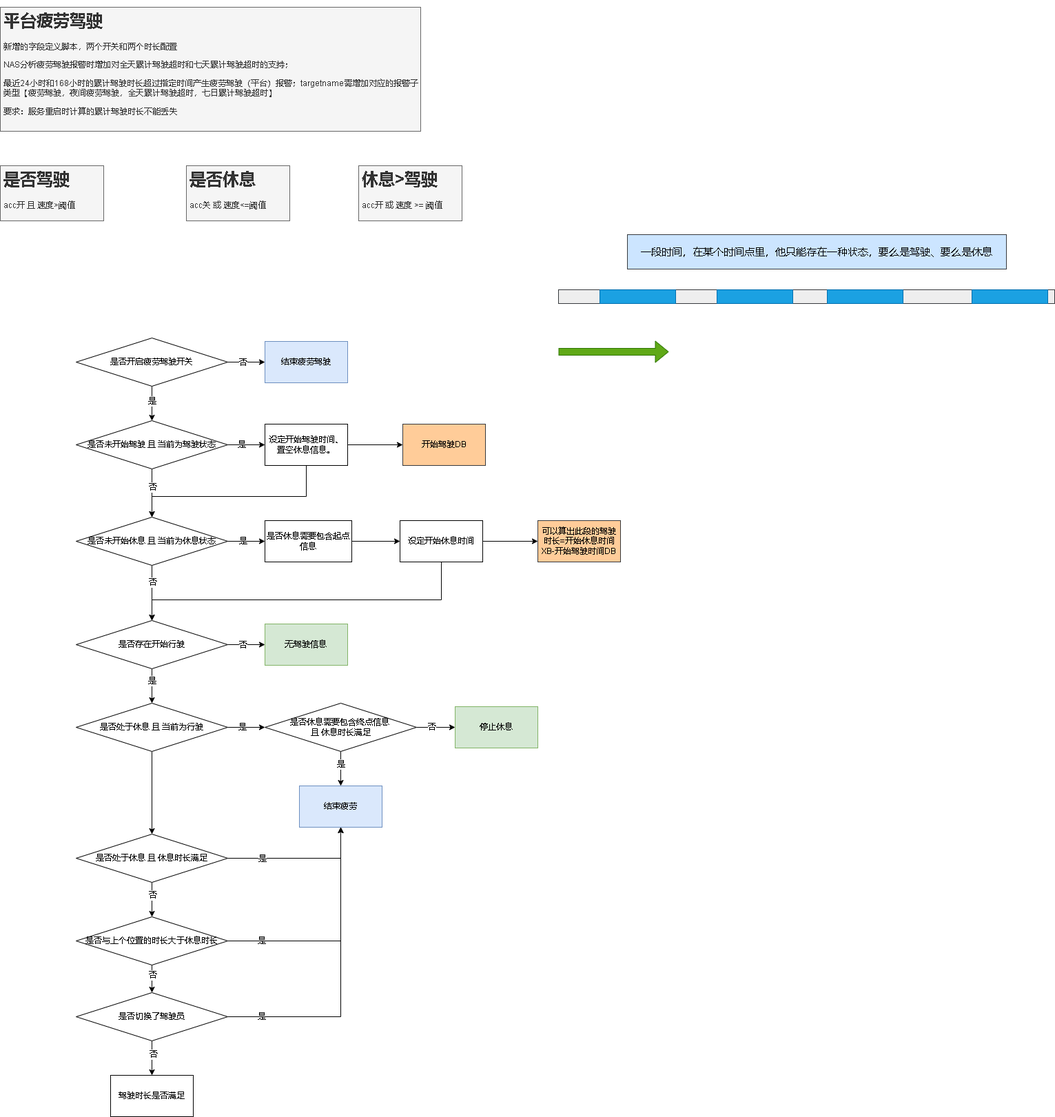
Above: 平台疲劳驾驶.drawio.png in xktder/draw (draw.io), before the change. Source tidied: cells renumbered, new cells last; positions are measured from the earlier drawing's top-left corner, leaving out a move shared by most shapes. Its diagram source:
```xml
<mxGraphModel>
  <root>
    <mxCell id="0" />
    <mxCell id="1" parent="0" />
    <mxCell id="2" value="&lt;h1&gt;平台疲劳驾驶&lt;/h1&gt;&lt;p&gt;新增的字段定义脚本，两个开关和两个时长配置&lt;/p&gt;&lt;p&gt;NAS分析疲劳驾驶报警时增加对全天累计驾驶超时和七天累计驾驶超时的支持；&lt;/p&gt;&lt;p&gt;最近24小时和168小时的累计驾驶时长超过指定时间产生疲劳驾驶（平台）报警；targetname需增加对应的报警子类型【疲劳驾驶，夜间疲劳驾驶，全天累计驾驶超时，七日累计驾驶超时】&lt;/p&gt;&lt;p&gt;要求：服务重启时计算的累计驾驶时长不能丢失&lt;/p&gt;" style="text;html=1;strokeColor=#666666;fillColor=#f5f5f5;spacing=5;spacingTop=-20;whiteSpace=wrap;overflow=hidden;rounded=0;fontColor=#333333;" parent="1" vertex="1">
      <mxGeometry width="610" height="180" as="geometry" />
    </mxCell>
    <mxCell id="3" value="&lt;h1&gt;是否驾驶&lt;/h1&gt;&lt;div&gt;acc开 且 速度&amp;gt;阈值&lt;/div&gt;" style="text;html=1;spacing=5;spacingTop=-20;whiteSpace=wrap;overflow=hidden;rounded=0;fillColor=#f5f5f5;fontColor=#333333;strokeColor=#666666;" parent="1" vertex="1">
      <mxGeometry y="230" width="150" height="80" as="geometry" />
    </mxCell>
    <mxCell id="4" value="&lt;h1&gt;是否休息&lt;/h1&gt;&lt;div&gt;acc关 或 速度&amp;lt;=阈值&lt;/div&gt;" style="text;html=1;spacing=5;spacingTop=-20;whiteSpace=wrap;overflow=hidden;rounded=0;fillColor=#f5f5f5;fontColor=#333333;strokeColor=#666666;" parent="1" vertex="1">
      <mxGeometry x="270" y="230" width="150" height="80" as="geometry" />
    </mxCell>
    <mxCell id="5" value="&lt;h1&gt;休息&amp;gt;驾驶&lt;/h1&gt;&lt;div&gt;acc开 或 速度 &amp;gt;= 阈值&lt;/div&gt;" style="text;html=1;spacing=5;spacingTop=-20;whiteSpace=wrap;overflow=hidden;rounded=0;fillColor=#f5f5f5;fontColor=#333333;strokeColor=#666666;" parent="1" vertex="1">
      <mxGeometry x="520" y="230" width="150" height="80" as="geometry" />
    </mxCell>
    <mxCell id="6" style="edgeStyle=orthogonalEdgeStyle;rounded=0;jettySize=auto;html=1;" parent="1" edge="1" source="10" target="11">
      <mxGeometry relative="1" as="geometry" />
    </mxCell>
    <mxCell id="7" value="否" style="edgeLabel;html=1;align=center;verticalAlign=middle;" parent="6" vertex="1">
      <mxGeometry x="-0.22" relative="1" as="geometry" />
    </mxCell>
    <mxCell id="8" style="edgeStyle=orthogonalEdgeStyle;rounded=0;jettySize=auto;html=1;" parent="1" edge="1" source="10" target="16">
      <mxGeometry relative="1" as="geometry" />
    </mxCell>
    <mxCell id="9" value="是" style="edgeLabel;html=1;align=center;verticalAlign=middle;" parent="8" vertex="1">
      <mxGeometry x="-0.16" y="-1" relative="1" as="geometry" />
    </mxCell>
    <mxCell id="10" value="是否开启疲劳驾驶开关" style="rhombus;whiteSpace=wrap;html=1;" parent="1" vertex="1">
      <mxGeometry x="110" y="480" width="220" height="70" as="geometry" />
    </mxCell>
    <mxCell id="11" value="结束疲劳驾驶" style="whiteSpace=wrap;html=1;fillColor=#dae8fc;strokeColor=#6c8ebf;" parent="1" vertex="1">
      <mxGeometry x="384" y="485" width="120" height="60" as="geometry" />
    </mxCell>
    <mxCell id="12" style="edgeStyle=orthogonalEdgeStyle;rounded=0;jettySize=auto;html=1;" parent="1" edge="1" source="16" target="19">
      <mxGeometry relative="1" as="geometry" />
    </mxCell>
    <mxCell id="13" value="是" style="edgeLabel;html=1;align=center;verticalAlign=middle;" parent="12" vertex="1">
      <mxGeometry x="-0.29" y="1" relative="1" as="geometry" />
    </mxCell>
    <mxCell id="14" style="edgeStyle=orthogonalEdgeStyle;rounded=0;jettySize=auto;html=1;" parent="1" edge="1" source="16" target="24">
      <mxGeometry relative="1" as="geometry" />
    </mxCell>
    <mxCell id="15" value="否" style="edgeLabel;html=1;align=center;verticalAlign=middle;" parent="14" vertex="1">
      <mxGeometry x="-0.26" y="1" relative="1" as="geometry">
        <mxPoint x="-1" as="offset" />
      </mxGeometry>
    </mxCell>
    <mxCell id="16" value="是否未开始驾驶 且 当前为驾驶状态" style="rhombus;whiteSpace=wrap;html=1;" parent="1" vertex="1">
      <mxGeometry x="110" y="600" width="220" height="70" as="geometry" />
    </mxCell>
    <mxCell id="17" style="edgeStyle=orthogonalEdgeStyle;rounded=0;jettySize=auto;html=1;entryX=0.5;entryY=0;entryDx=0;entryDy=0;" parent="1" edge="1" source="19" target="24">
      <mxGeometry relative="1" as="geometry">
        <Array as="points">
          <mxPoint x="444" y="710" />
          <mxPoint x="220" y="710" />
        </Array>
      </mxGeometry>
    </mxCell>
    <mxCell id="18" style="edgeStyle=orthogonalEdgeStyle;rounded=0;jettySize=auto;html=1;fontSize=15;" parent="1" edge="1" source="19" target="71">
      <mxGeometry relative="1" as="geometry" />
    </mxCell>
    <mxCell id="19" value="设定开始驾驶时间、&lt;br&gt;置空休息信息。" style="whiteSpace=wrap;html=1;" parent="1" vertex="1">
      <mxGeometry x="384" y="605" width="120" height="60" as="geometry" />
    </mxCell>
    <mxCell id="20" style="edgeStyle=orthogonalEdgeStyle;rounded=0;jettySize=auto;html=1;entryX=0;entryY=0.5;entryDx=0;entryDy=0;" parent="1" edge="1" source="24" target="26">
      <mxGeometry relative="1" as="geometry" />
    </mxCell>
    <mxCell id="21" value="是" style="edgeLabel;html=1;align=center;verticalAlign=middle;" parent="20" vertex="1">
      <mxGeometry x="-0.24" y="1" relative="1" as="geometry" />
    </mxCell>
    <mxCell id="22" style="edgeStyle=orthogonalEdgeStyle;rounded=0;jettySize=auto;html=1;" parent="1" edge="1" source="24" target="34">
      <mxGeometry relative="1" as="geometry" />
    </mxCell>
    <mxCell id="23" value="否" style="edgeLabel;html=1;align=center;verticalAlign=middle;" parent="22" vertex="1">
      <mxGeometry x="-0.39" relative="1" as="geometry" />
    </mxCell>
    <mxCell id="24" value="是否未开始休息 且 当前为休息状态" style="rhombus;whiteSpace=wrap;html=1;" parent="1" vertex="1">
      <mxGeometry x="110" y="740" width="220" height="70" as="geometry" />
    </mxCell>
    <mxCell id="25" style="edgeStyle=orthogonalEdgeStyle;rounded=0;jettySize=auto;html=1;" parent="1" edge="1" source="26" target="29">
      <mxGeometry relative="1" as="geometry" />
    </mxCell>
    <mxCell id="26" value="是否休息需要包含起点信息" style="rounded=0;whiteSpace=wrap;html=1;fontFamily=Helvetica;fontSize=12;fontColor=default;align=center;strokeColor=default;fillColor=default;" parent="1" vertex="1">
      <mxGeometry x="384" y="745" width="126" height="60" as="geometry" />
    </mxCell>
    <mxCell id="27" style="edgeStyle=orthogonalEdgeStyle;rounded=0;jettySize=auto;html=1;entryX=0.5;entryY=0;entryDx=0;entryDy=0;" parent="1" edge="1" source="29" target="34">
      <mxGeometry relative="1" as="geometry">
        <Array as="points">
          <mxPoint x="640" y="860" />
          <mxPoint x="220" y="860" />
        </Array>
      </mxGeometry>
    </mxCell>
    <mxCell id="28" style="edgeStyle=orthogonalEdgeStyle;rounded=0;jettySize=auto;html=1;" parent="1" edge="1" source="29" target="63">
      <mxGeometry relative="1" as="geometry" />
    </mxCell>
    <mxCell id="29" value="设定开始休息时间" style="whiteSpace=wrap;html=1;" parent="1" vertex="1">
      <mxGeometry x="580" y="745" width="120" height="60" as="geometry" />
    </mxCell>
    <mxCell id="30" style="edgeStyle=orthogonalEdgeStyle;rounded=0;jettySize=auto;html=1;" parent="1" edge="1" source="34" target="38">
      <mxGeometry relative="1" as="geometry" />
    </mxCell>
    <mxCell id="31" value="是" style="edgeLabel;html=1;align=center;verticalAlign=middle;" parent="30" vertex="1">
      <mxGeometry x="-0.31" y="-1" relative="1" as="geometry" />
    </mxCell>
    <mxCell id="32" style="edgeStyle=orthogonalEdgeStyle;rounded=0;jettySize=auto;html=1;" parent="1" edge="1" source="34" target="62">
      <mxGeometry relative="1" as="geometry" />
    </mxCell>
    <mxCell id="33" value="否" style="edgeLabel;html=1;align=center;verticalAlign=middle;" parent="32" vertex="1">
      <mxGeometry x="-0.24" y="2" relative="1" as="geometry">
        <mxPoint y="2" as="offset" />
      </mxGeometry>
    </mxCell>
    <mxCell id="34" value="是否存在开始行驶" style="rhombus;whiteSpace=wrap;html=1;" parent="1" vertex="1">
      <mxGeometry x="110" y="890" width="220" height="70" as="geometry" />
    </mxCell>
    <mxCell id="35" style="edgeStyle=orthogonalEdgeStyle;rounded=0;jettySize=auto;html=1;" parent="1" edge="1" source="38" target="43">
      <mxGeometry relative="1" as="geometry" />
    </mxCell>
    <mxCell id="36" value="是" style="edgeLabel;html=1;align=center;verticalAlign=middle;" parent="35" vertex="1">
      <mxGeometry x="-0.27" y="1" relative="1" as="geometry" />
    </mxCell>
    <mxCell id="37" style="edgeStyle=orthogonalEdgeStyle;rounded=0;jettySize=auto;html=1;" parent="1" edge="1" source="38" target="50">
      <mxGeometry relative="1" as="geometry" />
    </mxCell>
    <mxCell id="38" value="是否处于休息 且 当前为行驶" style="rhombus;whiteSpace=wrap;html=1;" parent="1" vertex="1">
      <mxGeometry x="110" y="1010" width="220" height="70" as="geometry" />
    </mxCell>
    <mxCell id="39" style="edgeStyle=orthogonalEdgeStyle;rounded=0;jettySize=auto;html=1;entryX=0.5;entryY=0;entryDx=0;entryDy=0;" parent="1" edge="1" source="43" target="44">
      <mxGeometry relative="1" as="geometry" />
    </mxCell>
    <mxCell id="40" value="是" style="edgeLabel;html=1;align=center;verticalAlign=middle;" parent="39" vertex="1">
      <mxGeometry x="-0.31" y="-1" relative="1" as="geometry">
        <mxPoint y="1" as="offset" />
      </mxGeometry>
    </mxCell>
    <mxCell id="41" style="edgeStyle=orthogonalEdgeStyle;rounded=0;jettySize=auto;html=1;entryX=0;entryY=0.5;entryDx=0;entryDy=0;" parent="1" edge="1" source="43" target="45">
      <mxGeometry relative="1" as="geometry" />
    </mxCell>
    <mxCell id="42" value="否" style="edgeLabel;html=1;align=center;verticalAlign=middle;" parent="41" vertex="1">
      <mxGeometry x="-0.24" y="1" relative="1" as="geometry" />
    </mxCell>
    <mxCell id="43" value="是否休息需要包含终点信息 &lt;br&gt;且 休息时长满足" style="rhombus;whiteSpace=wrap;html=1;" parent="1" vertex="1">
      <mxGeometry x="384" y="1010" width="220" height="70" as="geometry" />
    </mxCell>
    <mxCell id="44" value="结束疲劳" style="whiteSpace=wrap;html=1;fillColor=#dae8fc;strokeColor=#6c8ebf;" parent="1" vertex="1">
      <mxGeometry x="434" y="1130" width="120" height="60" as="geometry" />
    </mxCell>
    <mxCell id="45" value="停止休息" style="whiteSpace=wrap;html=1;fillColor=#d5e8d4;strokeColor=#82b366;" parent="1" vertex="1">
      <mxGeometry x="660" y="1015" width="120" height="60" as="geometry" />
    </mxCell>
    <mxCell id="46" style="edgeStyle=orthogonalEdgeStyle;rounded=0;jettySize=auto;html=1;entryX=0.5;entryY=1;entryDx=0;entryDy=0;" parent="1" edge="1" source="50" target="44">
      <mxGeometry relative="1" as="geometry" />
    </mxCell>
    <mxCell id="47" value="是" style="edgeLabel;html=1;align=center;verticalAlign=middle;" parent="46" vertex="1">
      <mxGeometry x="-0.53" relative="1" as="geometry" />
    </mxCell>
    <mxCell id="48" style="edgeStyle=orthogonalEdgeStyle;rounded=0;jettySize=auto;html=1;" parent="1" edge="1" source="50" target="55">
      <mxGeometry relative="1" as="geometry" />
    </mxCell>
    <mxCell id="49" value="否" style="edgeLabel;html=1;align=center;verticalAlign=middle;" parent="48" vertex="1">
      <mxGeometry x="-0.28" y="2" relative="1" as="geometry">
        <mxPoint x="-2" as="offset" />
      </mxGeometry>
    </mxCell>
    <mxCell id="50" value="是否处于休息 且 休息时长满足" style="rhombus;whiteSpace=wrap;html=1;" parent="1" vertex="1">
      <mxGeometry x="110" y="1200" width="220" height="70" as="geometry" />
    </mxCell>
    <mxCell id="51" style="edgeStyle=orthogonalEdgeStyle;rounded=0;jettySize=auto;html=1;entryX=0.5;entryY=1;entryDx=0;entryDy=0;" parent="1" edge="1" source="55" target="44">
      <mxGeometry relative="1" as="geometry" />
    </mxCell>
    <mxCell id="52" value="是" style="edgeLabel;html=1;align=center;verticalAlign=middle;" parent="51" vertex="1">
      <mxGeometry x="-0.71" y="1" relative="1" as="geometry" />
    </mxCell>
    <mxCell id="53" style="edgeStyle=orthogonalEdgeStyle;rounded=0;jettySize=auto;html=1;" parent="1" edge="1" source="55" target="60">
      <mxGeometry relative="1" as="geometry" />
    </mxCell>
    <mxCell id="54" value="否" style="edgeLabel;html=1;align=center;verticalAlign=middle;" parent="53" vertex="1">
      <mxGeometry x="-0.28" relative="1" as="geometry" />
    </mxCell>
    <mxCell id="55" value="是否与上个位置的时长大于休息时长" style="rhombus;whiteSpace=wrap;html=1;" parent="1" vertex="1">
      <mxGeometry x="110" y="1320" width="220" height="70" as="geometry" />
    </mxCell>
    <mxCell id="56" style="edgeStyle=orthogonalEdgeStyle;rounded=0;jettySize=auto;html=1;entryX=0.5;entryY=1;entryDx=0;entryDy=0;" parent="1" edge="1" source="60" target="44">
      <mxGeometry relative="1" as="geometry" />
    </mxCell>
    <mxCell id="57" value="是" style="edgeLabel;html=1;align=center;verticalAlign=middle;" parent="56" vertex="1">
      <mxGeometry x="-0.78" y="1" relative="1" as="geometry" />
    </mxCell>
    <mxCell id="58" style="edgeStyle=orthogonalEdgeStyle;rounded=0;jettySize=auto;html=1;" parent="1" edge="1" source="60" target="61">
      <mxGeometry relative="1" as="geometry" />
    </mxCell>
    <mxCell id="59" value="否" style="edgeLabel;html=1;align=center;verticalAlign=middle;" parent="58" vertex="1">
      <mxGeometry x="-0.26" y="1" relative="1" as="geometry" />
    </mxCell>
    <mxCell id="60" value="是否切换了驾驶员" style="rhombus;whiteSpace=wrap;html=1;" parent="1" vertex="1">
      <mxGeometry x="110" y="1430" width="220" height="70" as="geometry" />
    </mxCell>
    <mxCell id="61" value="驾驶时长是否满足" style="whiteSpace=wrap;html=1;" parent="1" vertex="1">
      <mxGeometry x="160" y="1550" width="120" height="60" as="geometry" />
    </mxCell>
    <mxCell id="62" value="无驾驶信息" style="whiteSpace=wrap;html=1;fillColor=#d5e8d4;strokeColor=#82b366;" parent="1" vertex="1">
      <mxGeometry x="384" y="895" width="120" height="60" as="geometry" />
    </mxCell>
    <mxCell id="63" value="可以算出此段的驾驶时长=开始休息时间XB-开始驾驶时间DB" style="whiteSpace=wrap;html=1;fillColor=#ffcc99;strokeColor=#36393d;" parent="1" vertex="1">
      <mxGeometry x="780" y="745" width="120" height="60" as="geometry" />
    </mxCell>
    <mxCell id="64" style="rounded=0;whiteSpace=wrap;html=1;fillColor=#eeeeee;strokeColor=#36393d;" parent="1" vertex="1">
      <mxGeometry x="810" y="410" width="720" height="20" as="geometry" />
    </mxCell>
    <mxCell id="65" value="&lt;font style=&quot;font-size: 15px;&quot;&gt;一段时间，在某个时间点里，他只能存在一种状态，要么是驾驶、要么是休息&lt;/font&gt;" style="text;html=1;strokeColor=#36393d;fillColor=#cce5ff;align=center;verticalAlign=middle;whiteSpace=wrap;rounded=0;" parent="1" vertex="1">
      <mxGeometry x="910" y="330" width="550" height="50" as="geometry" />
    </mxCell>
    <mxCell id="66" style="rounded=0;whiteSpace=wrap;html=1;fontSize=15;fillColor=#1ba1e2;strokeColor=#006EAF;fontColor=#ffffff;" parent="1" vertex="1">
      <mxGeometry x="870" y="410" width="110" height="20" as="geometry" />
    </mxCell>
    <mxCell id="67" style="rounded=0;whiteSpace=wrap;html=1;fontSize=15;fillColor=#1ba1e2;strokeColor=#006EAF;fontColor=#ffffff;" parent="1" vertex="1">
      <mxGeometry x="1040" y="410" width="110" height="20" as="geometry" />
    </mxCell>
    <mxCell id="68" style="rounded=0;whiteSpace=wrap;html=1;fontSize=15;fillColor=#1ba1e2;strokeColor=#006EAF;fontColor=#ffffff;" parent="1" vertex="1">
      <mxGeometry x="1200" y="410" width="110" height="20" as="geometry" />
    </mxCell>
    <mxCell id="69" style="rounded=0;whiteSpace=wrap;html=1;fontSize=15;fillColor=#1ba1e2;strokeColor=#006EAF;fontColor=#ffffff;" parent="1" vertex="1">
      <mxGeometry x="1410" y="410" width="110" height="20" as="geometry" />
    </mxCell>
    <mxCell id="70" style="shape=flexArrow;endArrow=classic;html=1;rounded=0;fontSize=15;fillColor=#60a917;strokeColor=#2D7600;" parent="1" edge="1">
      <mxGeometry relative="1" as="geometry">
        <mxPoint x="810" y="500" as="sourcePoint" />
        <mxPoint x="970" y="500" as="targetPoint" />
      </mxGeometry>
    </mxCell>
    <mxCell id="71" value="开始驾驶DB" style="whiteSpace=wrap;html=1;fillColor=#ffcc99;strokeColor=#36393d;" parent="1" vertex="1">
      <mxGeometry x="584" y="605" width="120" height="60" as="geometry" />
    </mxCell>
  </root>
</mxGraphModel>
```
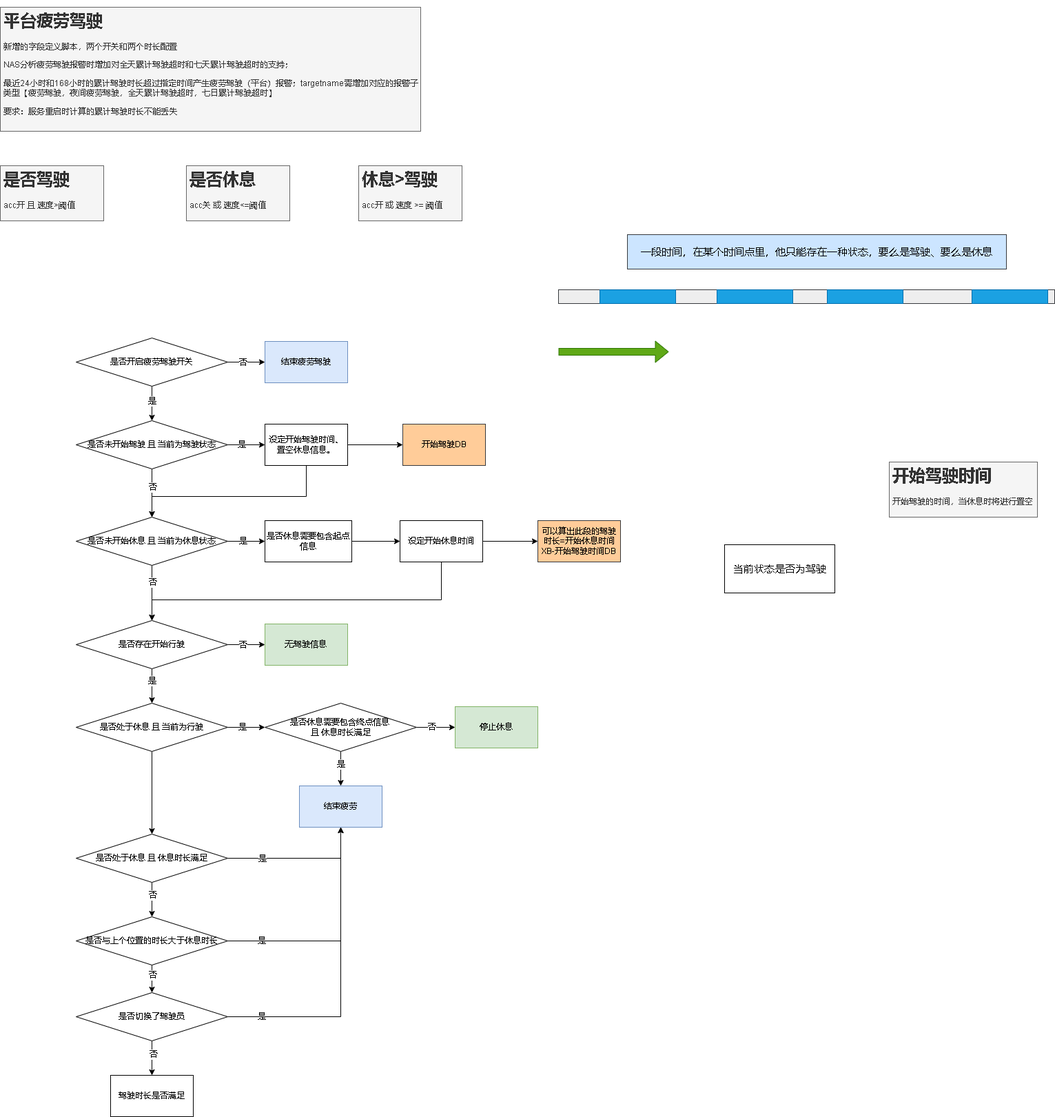
Later version of the same file.

Commit message:
更新平台疲劳驾驶.drawio.png

What changed in the source:
```diff
@@ -233,5 +233,11 @@
     <mxCell id="71" value="开始驾驶DB" style="whiteSpace=wrap;html=1;fillColor=#ffcc99;strokeColor=#36393d;" parent="1" vertex="1">
       <mxGeometry x="584" y="605" width="120" height="60" as="geometry" />
     </mxCell>
+    <mxCell id="72" value="当前状态是否为驾驶" style="rounded=0;whiteSpace=wrap;html=1;fontSize=15;" parent="1" vertex="1">
+      <mxGeometry x="1051" y="780" width="160" height="70" as="geometry" />
+    </mxCell>
+    <mxCell id="73" value="&lt;h1&gt;开始驾驶时间&lt;/h1&gt;&lt;div&gt;开始驾驶的时间，当休息时将进行置空&lt;/div&gt;" style="text;html=1;spacing=5;spacingTop=-20;whiteSpace=wrap;overflow=hidden;rounded=0;fillColor=#f5f5f5;fontColor=#333333;strokeColor=#666666;" parent="1" vertex="1">
+      <mxGeometry x="1290" y="660" width="215" height="80" as="geometry" />
+    </mxCell>
   </root>
 </mxGraphModel>
```
